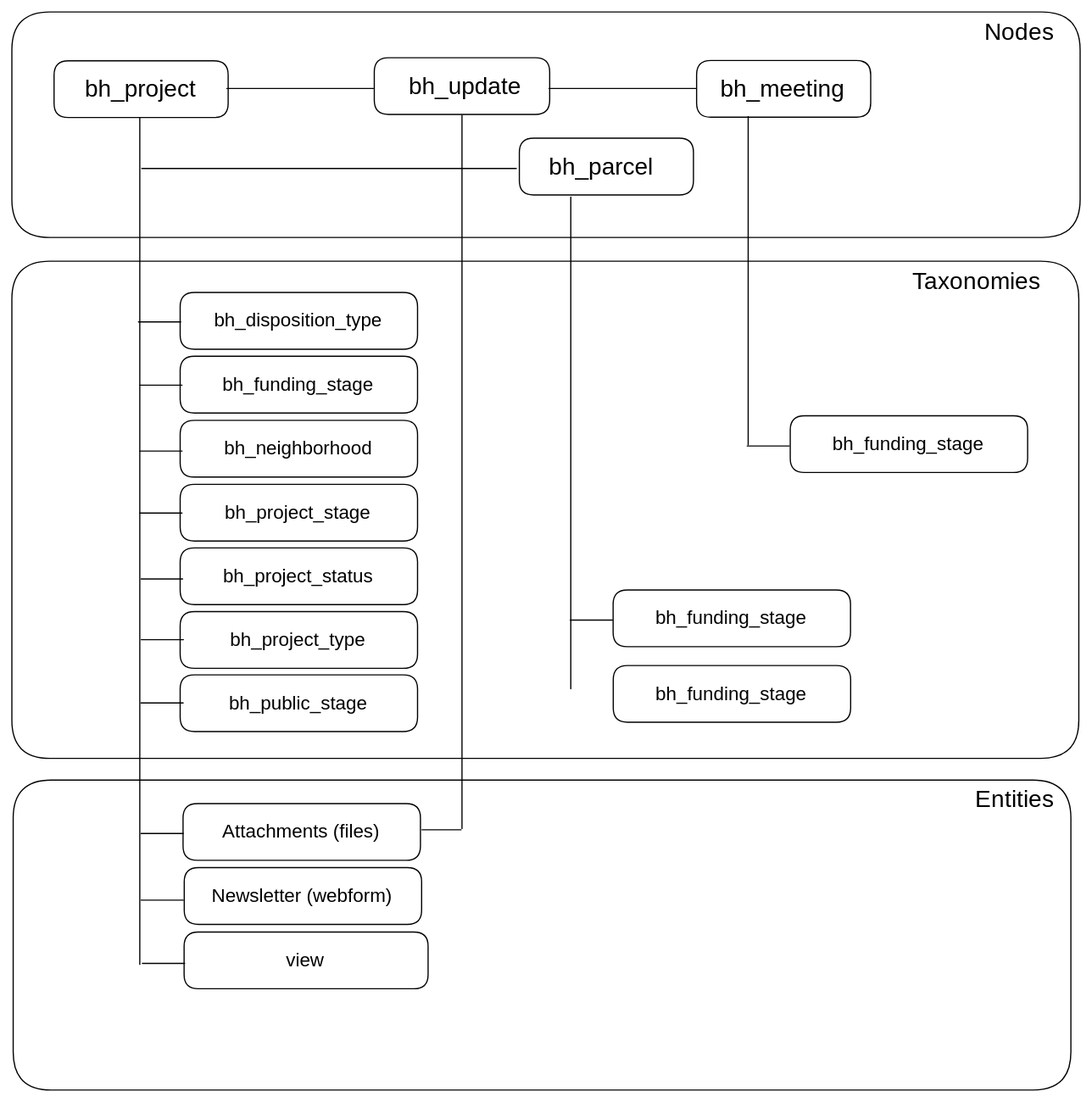
Earlier version of the Excalidraw export .gitbook/assets/file.excalidraw.svg (CityOfBoston/digital-documentation). Source tidied: one line per element, renumbered; positions are measured from the earlier drawing's top-left corner, leaving out a move shared by most shapes.
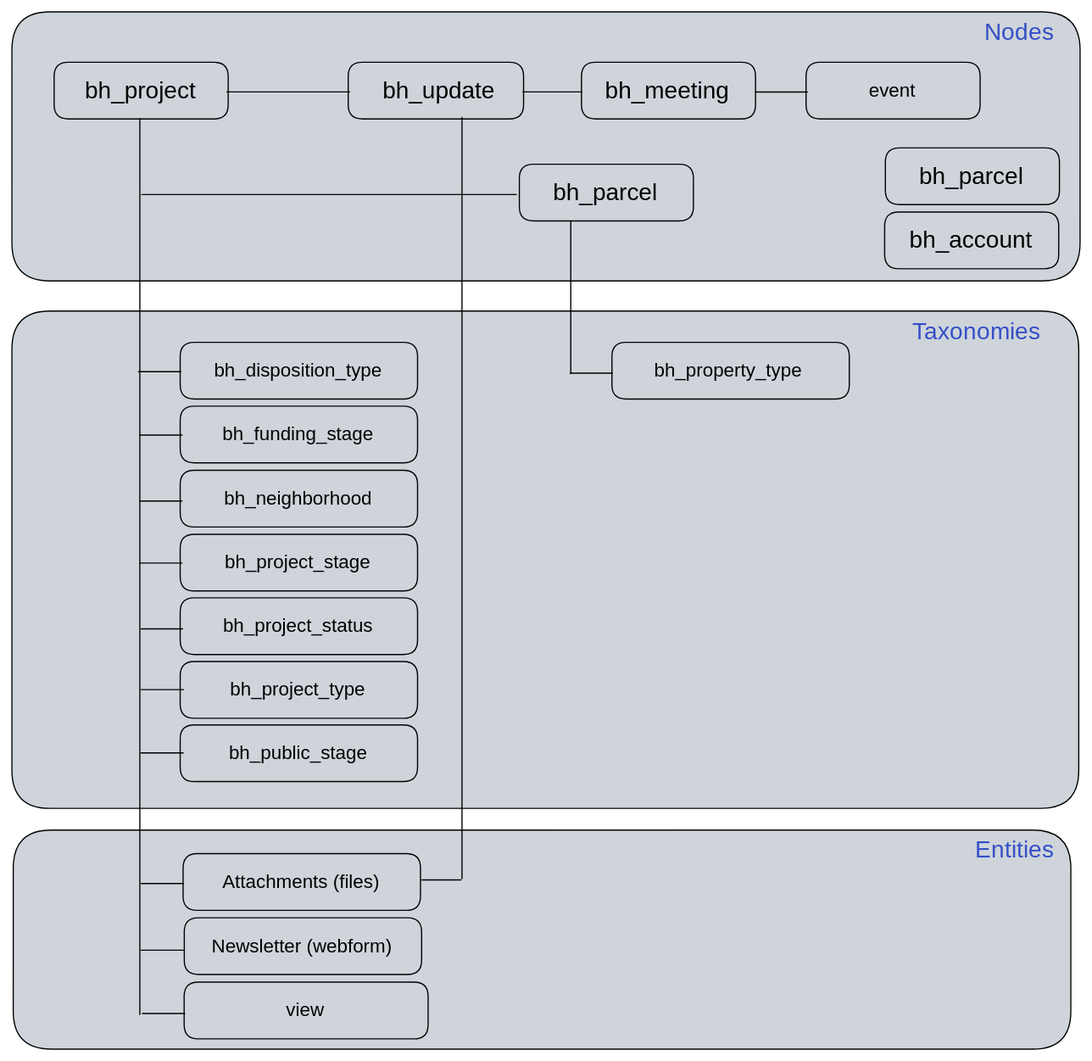
After the commit.

Commit message:
GITBOOK-905: No subject

Change to the diagram source:
```diff
@@ -1,21 +1,24 @@
+{"id": 36, "type": "rectangle", "strokeColor": "#000000", "backgroundColor": "#ced4da", "fillStyle": "solid", "strokeWidth": 1, "roughness": 0, "round": true, "x": 1, "y": 647, "width": 891, "height": 184}
+{"id": 38, "type": "rectangle", "strokeColor": "#000000", "backgroundColor": "#ced4da", "fillStyle": "solid", "strokeWidth": 1, "roughness": 0, "round": true, "x": 0, "y": 210, "width": 899, "height": 419}
+{"id": 34, "type": "rectangle", "strokeColor": "#000000", "backgroundColor": "#ced4da", "fillStyle": "solid", "strokeWidth": 1, "roughness": 0, "round": true, "x": 0, "y": -42, "width": 900, "height": 227}
-{"id": 0, "type": "rectangle", "strokeColor": "#000000", "strokeWidth": 1, "roughness": 0, "round": true, "x": 36, "y": 41, "width": 147, "height": 48}
+{"id": 0, "type": "rectangle", "strokeColor": "#000000", "strokeWidth": 1, "roughness": 0, "round": true, "x": 36, "y": 0, "width": 147, "height": 48}
-{"id": 1, "type": "text", "text": "bh_project", "strokeColor": "#000000", "strokeWidth": 1, "roughness": 0, "fontSize": 20, "fontFamily": 2, "x": 61, "y": 53, "width": 95, "height": 23}
+{"id": 1, "type": "text", "text": "bh_project", "strokeColor": "#000000", "strokeWidth": 1, "roughness": 0, "fontSize": 20, "fontFamily": 2, "x": 61, "y": 13, "width": 95, "height": 23}
-{"id": 2, "type": "rectangle", "strokeColor": "#000000", "strokeWidth": 1, "roughness": 0, "round": true, "x": 428, "y": 106, "width": 147, "height": 48}
+{"id": 2, "type": "rectangle", "strokeColor": "#000000", "strokeWidth": 1, "roughness": 0, "round": true, "x": 428, "y": 86, "width": 147, "height": 48}
-{"id": 3, "type": "text", "text": "bh_parcel", "strokeColor": "#000000", "strokeWidth": 1, "roughness": 1, "fontSize": 20, "fontFamily": 2, "x": 452, "y": 119, "width": 90, "height": 23}
+{"id": 3, "type": "text", "text": "bh_parcel", "strokeColor": "#000000", "strokeWidth": 1, "roughness": 1, "fontSize": 20, "fontFamily": 2, "x": 456, "y": 99, "width": 90, "height": 23}
+{"id": 60, "type": "rectangle", "strokeColor": "#000000", "strokeWidth": 1, "roughness": 0, "round": true, "x": 735, "y": 127, "width": 147, "height": 48}
+{"id": 61, "type": "text", "text": "bh_account", "strokeColor": "#000000", "strokeWidth": 1, "roughness": 1, "fontSize": 20, "fontFamily": 2, "x": 756, "y": 139, "width": 105, "height": 23}
+{"id": 62, "type": "rectangle", "strokeColor": "#000000", "strokeWidth": 1, "roughness": 0, "round": true, "x": 736, "y": 73, "width": 147, "height": 48}
+{"id": 63, "type": "text", "text": "bh_parcel", "strokeColor": "#000000", "strokeWidth": 1, "roughness": 1, "fontSize": 20, "fontFamily": 2, "x": 764, "y": 85, "width": 90, "height": 23}
-{"id": 4, "type": "rectangle", "strokeColor": "#000000", "strokeWidth": 1, "roughness": 0, "round": true, "x": 305, "y": 39, "width": 148, "height": 48}
+{"id": 4, "type": "rectangle", "strokeColor": "#000000", "strokeWidth": 1, "roughness": 0, "round": true, "x": 283, "y": 0, "width": 148, "height": 48}
-{"id": 5, "type": "text", "text": "bh_update", "strokeColor": "#000000", "strokeWidth": 1, "roughness": 1, "fontSize": 20, "fontFamily": 2, "x": 334, "y": 51, "width": 97, "height": 23}
+{"id": 5, "type": "text", "text": "bh_update", "strokeColor": "#000000", "strokeWidth": 1, "roughness": 1, "fontSize": 20, "fontFamily": 2, "x": 312, "y": 13, "width": 97, "height": 23}
 {"id": 6, "type": "rectangle", "strokeColor": "#000000", "strokeWidth": 1, "roughness": 0, "round": true, "x": 145, "y": 775, "width": 206, "height": 48}
 {"id": 7, "type": "text", "text": "view", "strokeColor": "#000000", "strokeWidth": 1, "roughness": 1, "fontSize": 16, "fontFamily": 2, "x": 231, "y": 790, "width": 34, "height": 18}
 {"id": 8, "type": "rectangle", "strokeColor": "#000000", "strokeWidth": 1, "roughness": 0, "round": true, "x": 142, "y": 236, "width": 200, "height": 48}
 {"id": 9, "type": "text", "text": "bh_disposition_type", "strokeColor": "#000000", "strokeWidth": 1, "roughness": 1, "fontSize": 16, "fontFamily": 2, "x": 170, "y": 251, "width": 143, "height": 18}
 {"id": 10, "type": "rectangle", "strokeColor": "#000000", "strokeWidth": 1, "roughness": 0, "round": true, "x": 142, "y": 290, "width": 200, "height": 48}
 {"id": 11, "type": "text", "text": "bh_funding_stage", "strokeColor": "#000000", "strokeWidth": 1, "roughness": 1, "fontSize": 16, "fontFamily": 2, "x": 177, "y": 305, "width": 129, "height": 18}
-{"id": 12, "type": "rectangle", "strokeColor": "#000000", "strokeWidth": 1, "roughness": 0, "round": true, "x": 507, "y": 551, "width": 200, "height": 48}
-{"id": 13, "type": "text", "text": "bh_funding_stage", "strokeColor": "#000000", "strokeWidth": 1, "roughness": 1, "fontSize": 16, "fontFamily": 2, "x": 542, "y": 566, "width": 129, "height": 18}
-{"id": 14, "type": "rectangle", "strokeColor": "#000000", "strokeWidth": 1, "roughness": 0, "round": true, "x": 507, "y": 487, "width": 200, "height": 48}
+{"id": 14, "type": "rectangle", "strokeColor": "#000000", "strokeWidth": 1, "roughness": 0, "round": true, "x": 506, "y": 236, "width": 200, "height": 48}
-{"id": 15, "type": "text", "text": "bh_funding_stage", "strokeColor": "#000000", "strokeWidth": 1, "roughness": 1, "fontSize": 16, "fontFamily": 2, "x": 542, "y": 502, "width": 129, "height": 18}
+{"id": 15, "type": "text", "text": "bh_property_type", "strokeColor": "#000000", "strokeWidth": 1, "roughness": 1, "fontSize": 16, "fontFamily": 2, "x": 541, "y": 251, "width": 126, "height": 18}
-{"id": 16, "type": "rectangle", "strokeColor": "#000000", "strokeWidth": 1, "roughness": 0, "round": true, "x": 656, "y": 340, "width": 200, "height": 48}
-{"id": 17, "type": "text", "text": "bh_funding_stage", "strokeColor": "#000000", "strokeWidth": 1, "roughness": 1, "fontSize": 16, "fontFamily": 2, "x": 691, "y": 355, "width": 129, "height": 18}
 {"id": 18, "type": "rectangle", "strokeColor": "#000000", "strokeWidth": 1, "roughness": 0, "round": true, "x": 142, "y": 344, "width": 200, "height": 48}
 {"id": 19, "type": "text", "text": "bh_neighborhood", "strokeColor": "#000000", "strokeWidth": 1, "roughness": 1, "fontSize": 16, "fontFamily": 2, "x": 179, "y": 359, "width": 126, "height": 18}
 {"id": 20, "type": "rectangle", "strokeColor": "#000000", "strokeWidth": 1, "roughness": 0, "round": true, "x": 142, "y": 398, "width": 200, "height": 48}
@@ -30,25 +33,23 @@
 {"id": 29, "type": "text", "text": "Attachments (files)", "strokeColor": "#000000", "strokeWidth": 1, "roughness": 1, "fontSize": 16, "fontFamily": 2, "x": 177, "y": 682, "width": 134, "height": 18}
 {"id": 30, "type": "rectangle", "strokeColor": "#000000", "strokeWidth": 1, "roughness": 0, "round": true, "x": 145, "y": 721, "width": 200, "height": 48}
 {"id": 31, "type": "text", "text": "Newsletter (webform)", "strokeColor": "#000000", "strokeWidth": 1, "roughness": 1, "fontSize": 16, "fontFamily": 2, "x": 168, "y": 736, "width": 154, "height": 18}
-{"id": 32, "type": "rectangle", "strokeColor": "#000000", "strokeWidth": 1, "roughness": 0, "round": true, "x": 577, "y": 41, "width": 147, "height": 48}
+{"id": 32, "type": "rectangle", "strokeColor": "#000000", "strokeWidth": 1, "roughness": 0, "round": true, "x": 480, "y": 0, "width": 147, "height": 48}
-{"id": 33, "type": "text", "text": "bh_meeting", "strokeColor": "#000000", "strokeWidth": 1, "roughness": 0, "fontSize": 20, "fontFamily": 2, "x": 597, "y": 53, "width": 107, "height": 23}
+{"id": 33, "type": "text", "text": "bh_meeting", "strokeColor": "#000000", "strokeWidth": 1, "roughness": 0, "fontSize": 20, "fontFamily": 2, "x": 500, "y": 13, "width": 107, "height": 23}
-{"id": 34, "type": "rectangle", "strokeColor": "#000000", "strokeWidth": 1, "roughness": 0, "round": true, "x": 0, "y": 0, "width": 900, "height": 190}
+{"id": 64, "type": "rectangle", "strokeColor": "#000000", "strokeWidth": 1, "roughness": 0, "round": true, "x": 669, "y": 0, "width": 147, "height": 48}
+{"id": 65, "type": "text", "text": "event", "strokeColor": "#000000", "strokeWidth": 1, "roughness": 0, "fontSize": 16, "fontFamily": 2, "x": 722, "y": 15, "width": 41, "height": 18}
-{"id": 35, "type": "text", "text": "Nodes", "strokeColor": "#000000", "strokeWidth": 1, "roughness": 0, "fontSize": 20, "fontFamily": 3, "textAlign": "right", "x": 817, "y": 5, "width": 61, "height": 23}
+{"id": 35, "type": "text", "text": "Nodes", "strokeColor": "#364fc7", "strokeWidth": 1, "roughness": 0, "fontSize": 20, "fontFamily": 3, "textAlign": "right", "x": 817, "y": -37, "width": 61, "height": 23}
-{"id": 36, "type": "rectangle", "strokeColor": "#000000", "strokeWidth": 1, "roughness": 0, "round": true, "x": 1, "y": 647, "width": 891, "height": 261}
-{"id": 37, "type": "text", "text": "Entities", "strokeColor": "#000000", "strokeWidth": 1, "roughness": 0, "fontSize": 20, "fontFamily": 3, "textAlign": "right", "x": 782, "y": 651, "width": 96, "height": 23}
+{"id": 37, "type": "text", "text": "Entities", "strokeColor": "#364fc7", "strokeWidth": 1, "roughness": 0, "fontSize": 20, "fontFamily": 3, "textAlign": "right", "x": 782, "y": 651, "width": 96, "height": 23}
-{"id": 38, "type": "rectangle", "strokeColor": "#000000", "strokeWidth": 1, "roughness": 0, "round": true, "x": 0, "y": 210, "width": 899, "height": 419}
-{"id": 39, "type": "text", "text": "Taxonomies", "strokeColor": "#000000", "strokeWidth": 1, "roughness": 0, "fontSize": 20, "fontFamily": 3, "x": 759, "y": 215, "width": 119, "height": 23}
+{"id": 39, "type": "text", "text": "Taxonomies", "strokeColor": "#364fc7", "strokeWidth": 1, "roughness": 0, "fontSize": 20, "fontFamily": 3, "x": 759, "y": 215, "width": 119, "height": 23}
-{"id": 40, "type": "line", "strokeColor": "#000000", "strokeWidth": 1, "roughness": 0, "round": true, "x": 108, "y": 89, "width": 0, "height": 714, "points": [[0, 0], [0, 714]]}
+{"id": 40, "type": "line", "strokeColor": "#000000", "strokeWidth": 1, "roughness": 0, "round": true, "x": 108, "y": 48, "width": 0, "height": 754, "points": [[0, 0], [0, 754]]}
-{"id": 41, "type": "line", "strokeColor": "#000000", "strokeWidth": 1, "roughness": 0, "round": true, "x": 379, "y": 87, "width": 0, "height": 601, "points": [[0, 0], [0, 601]]}
+{"id": 41, "type": "line", "strokeColor": "#000000", "strokeWidth": 1, "roughness": 0, "round": true, "x": 379, "y": 47, "width": 0, "height": 641, "points": [[0, 0], [0, 641]]}
-{"id": 42, "type": "line", "strokeColor": "#000000", "strokeWidth": 1, "roughness": 0, "round": true, "x": 471, "y": 156, "width": 0, "height": 414, "points": [[0, 0], [0, 414]]}
+{"id": 42, "type": "line", "strokeColor": "#000000", "strokeWidth": 1, "roughness": 0, "round": true, "x": 471, "y": 134, "width": 0, "height": 128, "points": [[0, 0], [0, 128]]}
-{"id": 43, "type": "line", "strokeColor": "#000000", "strokeWidth": 1, "roughness": 0, "round": true, "x": 620, "y": 88, "width": 0, "height": 277, "points": [[0, 0], [0, 277]]}
 {"id": 44, "type": "line", "strokeColor": "#000000", "strokeWidth": 1, "roughness": 0, "round": true, "x": 109, "y": 692, "width": 36, "height": 0, "points": [[0, 0], [36, 0]]}
 {"id": 45, "type": "line", "strokeColor": "#000000", "strokeWidth": 1, "roughness": 0, "round": true, "x": 109, "y": 748, "width": 36, "height": 0, "points": [[0, 0], [36, 0]]}
 {"id": 46, "type": "line", "strokeColor": "#000000", "strokeWidth": 1, "roughness": 0, "round": true, "x": 110, "y": 802, "width": 36, "height": 0, "points": [[0, 0], [36, 0]]}
 {"id": 47, "type": "line", "strokeColor": "#000000", "strokeWidth": 1, "roughness": 0, "round": true, "x": 107, "y": 261, "width": 36, "height": 0, "points": [[0, 0], [36, 0]]}
-{"id": 48, "type": "line", "strokeColor": "#000000", "strokeWidth": 1, "roughness": 0, "round": true, "x": 181, "y": 64, "width": 124, "height": 0, "points": [[0, 0], [124, 0]]}
+{"id": 48, "type": "line", "strokeColor": "#000000", "strokeWidth": 1, "roughness": 0, "round": true, "x": 181, "y": 25, "width": 103, "height": 0, "points": [[0, 0], [103, 0]]}
-{"id": 49, "type": "line", "strokeColor": "#000000", "strokeWidth": 1, "roughness": 0, "round": true, "x": 109, "y": 132, "width": 316, "height": 0, "points": [[0, 0], [316, 0]]}
+{"id": 49, "type": "line", "strokeColor": "#000000", "strokeWidth": 1, "roughness": 0, "round": true, "x": 109, "y": 112, "width": 316, "height": 0, "points": [[0, 0], [316, 0]]}
-{"id": 50, "type": "line", "strokeColor": "#000000", "strokeWidth": 1, "roughness": 0, "round": true, "x": 453, "y": 64, "width": 124, "height": 0, "points": [[0, 0], [124, 0]]}
+{"id": 50, "type": "line", "strokeColor": "#000000", "strokeWidth": 1, "roughness": 0, "round": true, "x": 431, "y": 25, "width": 50, "height": 0, "points": [[0, 0], [50, 0]]}
 {"id": 51, "type": "line", "strokeColor": "#000000", "strokeWidth": 1, "roughness": 0, "round": true, "x": 109, "y": 582, "width": 36, "height": 0, "points": [[0, 0], [36, 0]]}
 {"id": 52, "type": "line", "strokeColor": "#000000", "strokeWidth": 1, "roughness": 0, "round": true, "x": 109, "y": 529, "width": 36, "height": 0, "points": [[0, 0], [36, 0]]}
 {"id": 53, "type": "line", "strokeColor": "#000000", "strokeWidth": 1, "roughness": 0, "round": true, "x": 109, "y": 478, "width": 35, "height": 0, "points": [[0, 0], [35, 0]]}
@@ -56,5 +57,5 @@
 {"id": 55, "type": "line", "strokeColor": "#000000", "strokeWidth": 1, "roughness": 0, "round": true, "x": 108, "y": 422, "width": 36, "height": 0, "points": [[0, 0], [36, 0]]}
 {"id": 56, "type": "line", "strokeColor": "#000000", "strokeWidth": 1, "roughness": 0, "round": true, "x": 108, "y": 370, "width": 36, "height": 0, "points": [[0, 0], [36, 0]]}
 {"id": 57, "type": "line", "strokeColor": "#000000", "strokeWidth": 1, "roughness": 0, "round": true, "x": 346, "y": 689, "width": 33, "height": 0, "points": [[0, 0], [33, 0]]}
-{"id": 58, "type": "line", "strokeColor": "#000000", "strokeWidth": 1, "roughness": 0, "round": true, "x": 470, "y": 512, "width": 36, "height": 0, "points": [[0, 0], [36, 0]]}
+{"id": 58, "type": "line", "strokeColor": "#000000", "strokeWidth": 1, "roughness": 0, "round": true, "x": 470, "y": 262, "width": 36, "height": 0, "points": [[0, 0], [36, 0]]}
-{"id": 59, "type": "line", "strokeColor": "#000000", "strokeWidth": 1, "roughness": 0, "round": true, "x": 619, "y": 366, "width": 36, "height": 0, "points": [[0, 0], [36, 0]]}
+{"id": 66, "type": "line", "strokeColor": "#000000", "strokeWidth": 1, "roughness": 0, "round": true, "x": 626, "y": 26, "width": 44, "height": 0, "points": [[0, 0], [44, 0]]}
```
